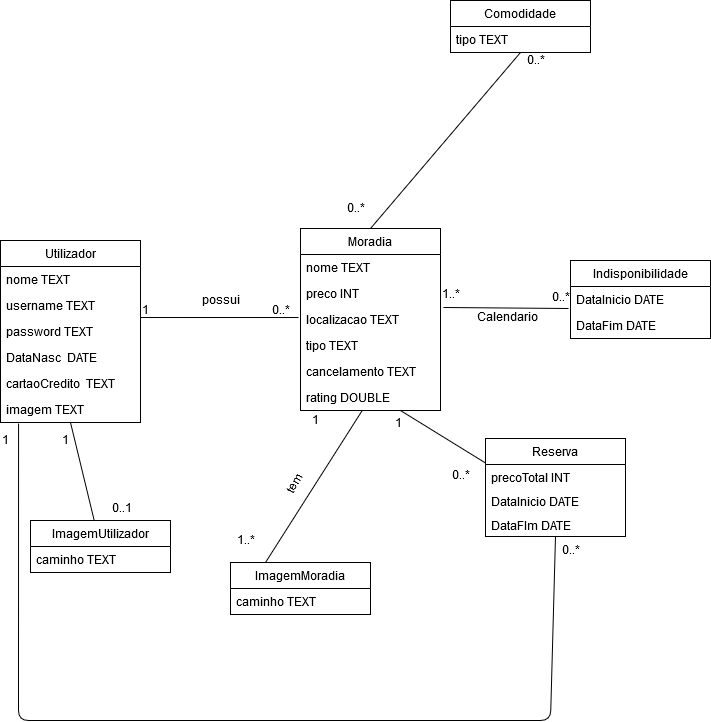
Earlier version of the draw.io export uml.png (adrianacscg/FEUP-LTW). Source tidied: cells renumbered, new cells last; positions are measured from the earlier drawing's top-left corner, leaving out a move shared by most shapes. The source it was exported from:
```xml
<mxGraphModel>
  <root>
    <mxCell id="0" />
    <mxCell id="1" parent="0" />
    <mxCell id="2" value="Utilizador" style="swimlane;fontStyle=0;horizontal=1;startSize=26;fillColor=none;" parent="1" vertex="1">
      <mxGeometry y="240" width="140" height="182" as="geometry" />
    </mxCell>
    <mxCell id="3" value="nome TEXT" style="text;strokeColor=none;fillColor=none;align=left;verticalAlign=top;spacingLeft=4;spacingRight=4;overflow=hidden;" parent="2" vertex="1">
      <mxGeometry y="26" width="140" height="26" as="geometry" />
    </mxCell>
    <mxCell id="4" value="username TEXT" style="text;strokeColor=none;fillColor=none;align=left;verticalAlign=top;spacingLeft=4;spacingRight=4;overflow=hidden;" parent="2" vertex="1">
      <mxGeometry y="52" width="140" height="26" as="geometry" />
    </mxCell>
    <mxCell id="5" value="password TEXT" style="text;strokeColor=none;fillColor=none;align=left;verticalAlign=top;spacingLeft=4;spacingRight=4;overflow=hidden;points=[[0,0.5],[1,0.5]];portConstraint=eastwest;" parent="2" vertex="1">
      <mxGeometry y="78" width="140" height="26" as="geometry" />
    </mxCell>
    <mxCell id="6" value="DataNasc  DATE" style="text;strokeColor=none;fillColor=none;align=left;verticalAlign=top;spacingLeft=4;spacingRight=4;overflow=hidden;" parent="2" vertex="1">
      <mxGeometry y="104" width="140" height="26" as="geometry" />
    </mxCell>
    <mxCell id="7" value="cartaoCredito  TEXT" style="text;strokeColor=none;fillColor=none;align=left;verticalAlign=top;spacingLeft=4;spacingRight=4;overflow=hidden;" parent="2" vertex="1">
      <mxGeometry y="130" width="140" height="26" as="geometry" />
    </mxCell>
    <mxCell id="8" value="imagem TEXT" style="text;strokeColor=none;fillColor=none;align=left;verticalAlign=top;spacingLeft=4;spacingRight=4;overflow=hidden;points=[[0,0.5],[1,0.5]];portConstraint=eastwest;" parent="2" vertex="1">
      <mxGeometry y="156" width="140" height="26" as="geometry" />
    </mxCell>
    <mxCell id="9" value="Moradia" style="swimlane;fontStyle=0;horizontal=1;startSize=26;fillColor=none;" parent="1" vertex="1">
      <mxGeometry x="300" y="228" width="140" height="182" as="geometry" />
    </mxCell>
    <mxCell id="10" value="nome TEXT" style="text;strokeColor=none;fillColor=none;align=left;verticalAlign=top;spacingLeft=4;spacingRight=4;overflow=hidden;points=[[0,0.5],[1,0.5]];portConstraint=eastwest;" parent="9" vertex="1">
      <mxGeometry y="26" width="140" height="26" as="geometry" />
    </mxCell>
    <mxCell id="11" value="preco INT" style="text;strokeColor=none;fillColor=none;align=left;verticalAlign=top;spacingLeft=4;spacingRight=4;overflow=hidden;" parent="9" vertex="1">
      <mxGeometry y="52" width="140" height="26" as="geometry" />
    </mxCell>
    <mxCell id="12" value="localizacao TEXT" style="text;strokeColor=none;fillColor=none;align=left;verticalAlign=top;spacingLeft=4;spacingRight=4;overflow=hidden;points=[[0,0.5],[1,0.5]];portConstraint=eastwest;" parent="9" vertex="1">
      <mxGeometry y="78" width="140" height="26" as="geometry" />
    </mxCell>
    <mxCell id="13" value="tipo TEXT" style="text;strokeColor=none;fillColor=none;align=left;verticalAlign=top;spacingLeft=4;spacingRight=4;overflow=hidden;" parent="9" vertex="1">
      <mxGeometry y="104" width="140" height="26" as="geometry" />
    </mxCell>
    <mxCell id="14" value="cancelamento TEXT" style="text;strokeColor=none;fillColor=none;align=left;verticalAlign=top;spacingLeft=4;spacingRight=4;overflow=hidden;" parent="9" vertex="1">
      <mxGeometry y="130" width="140" height="26" as="geometry" />
    </mxCell>
    <mxCell id="15" value="rating DOUBLE" style="text;strokeColor=none;fillColor=none;align=left;verticalAlign=top;spacingLeft=4;spacingRight=4;overflow=hidden;points=[[0,0.5],[1,0.5]];portConstraint=eastwest;" parent="9" vertex="1">
      <mxGeometry y="156" width="140" height="26" as="geometry" />
    </mxCell>
    <mxCell id="16" value="ImagemUtilizador" style="swimlane;fontStyle=0;horizontal=1;startSize=26;fillColor=none;" parent="1" vertex="1">
      <mxGeometry x="30" y="520" width="140" height="52" as="geometry" />
    </mxCell>
    <mxCell id="17" value="caminho TEXT" style="text;strokeColor=none;fillColor=none;align=left;verticalAlign=top;spacingLeft=4;spacingRight=4;overflow=hidden;" parent="16" vertex="1">
      <mxGeometry y="26" width="140" height="26" as="geometry" />
    </mxCell>
    <mxCell id="18" value="1..*" style="text;html=1;align=left;verticalAlign=top;spacingTop=-4;" parent="1" vertex="1">
      <mxGeometry x="235" y="532" width="30" height="20" as="geometry" />
    </mxCell>
    <mxCell id="19" value="1" style="text;html=1;align=left;verticalAlign=top;spacingTop=-4;" parent="1" vertex="1">
      <mxGeometry x="310" y="412" width="20" height="20" as="geometry" />
    </mxCell>
    <mxCell id="20" style="endArrow=none;html=1;exitX=1;exitY=-0.038;exitDx=0;exitDy=0;exitPerimeter=0;entryX=0.935;entryY=0.751;entryDx=0;entryDy=0;entryPerimeter=0;" parent="1" edge="1" source="5" target="22">
      <mxGeometry relative="1" as="geometry" />
    </mxCell>
    <mxCell id="21" value="possui" style="text;html=1;align=left;verticalAlign=top;spacingTop=-4;" parent="1" vertex="1">
      <mxGeometry x="200" y="292" width="50" height="20" as="geometry" />
    </mxCell>
    <mxCell id="22" value="0..*" style="text;html=1;points=[];align=left;verticalAlign=top;spacingTop=-4;" parent="1" vertex="1">
      <mxGeometry x="270" y="302" width="30" height="20" as="geometry" />
    </mxCell>
    <mxCell id="23" value="1" style="text;html=1;align=left;verticalAlign=top;spacingTop=-4;" parent="1" vertex="1">
      <mxGeometry x="140" y="302" width="20" height="20" as="geometry" />
    </mxCell>
    <mxCell id="24" value="tem" style="text;html=1;align=left;verticalAlign=top;spacingTop=-4;rotation=-60;" parent="1" vertex="1">
      <mxGeometry x="280" y="467" width="40" height="20" as="geometry" />
    </mxCell>
    <mxCell id="25" style="endArrow=none;html=1;" parent="1" edge="1" source="16">
      <mxGeometry relative="1" as="geometry">
        <mxPoint x="70" y="422" as="targetPoint" />
      </mxGeometry>
    </mxCell>
    <mxCell id="26" value="1" style="text;html=1;align=left;verticalAlign=top;spacingTop=-4;" parent="1" vertex="1">
      <mxGeometry x="60" y="432" width="20" height="20" as="geometry" />
    </mxCell>
    <mxCell id="27" value="0..1" style="text;html=1;align=left;verticalAlign=top;spacingTop=-4;" parent="1" vertex="1">
      <mxGeometry x="110" y="500" width="40" height="20" as="geometry" />
    </mxCell>
    <mxCell id="28" value="Indisponibilidade" style="swimlane;fontStyle=0;horizontal=1;startSize=26;fillColor=none;" parent="1" vertex="1">
      <mxGeometry x="570" y="260" width="140" height="78" as="geometry" />
    </mxCell>
    <mxCell id="29" value="DataInicio DATE" style="text;strokeColor=none;fillColor=none;align=left;verticalAlign=top;spacingLeft=4;spacingRight=4;overflow=hidden;points=[[0,0.5],[1,0.5]];portConstraint=eastwest;" parent="28" vertex="1">
      <mxGeometry y="26" width="140" height="26" as="geometry" />
    </mxCell>
    <mxCell id="30" value="DataFim DATE" style="text;strokeColor=none;fillColor=none;align=left;verticalAlign=top;spacingLeft=4;spacingRight=4;overflow=hidden;" parent="28" vertex="1">
      <mxGeometry y="52" width="140" height="26" as="geometry" />
    </mxCell>
    <mxCell id="31" style="endArrow=none;html=1;entryX=0;entryY=0.25;entryDx=0;entryDy=0;exitX=0.714;exitY=1;exitDx=0;exitDy=0;exitPerimeter=0;" parent="1" edge="1" source="15" target="35">
      <mxGeometry relative="1" as="geometry" />
    </mxCell>
    <mxCell id="32" value="0..*" style="text;html=1;align=left;verticalAlign=top;spacingTop=-4;" parent="1" vertex="1">
      <mxGeometry x="550" y="289" width="30" height="20" as="geometry" />
    </mxCell>
    <mxCell id="33" value="1..*" style="text;html=1;align=left;verticalAlign=top;spacingTop=-4;" parent="1" vertex="1">
      <mxGeometry x="440" y="286" width="30" height="20" as="geometry" />
    </mxCell>
    <mxCell id="34" value="Calendario" style="text;html=1;align=left;verticalAlign=top;spacingTop=-4;rotation=0;" parent="1" vertex="1">
      <mxGeometry x="475" y="309" width="80" height="20" as="geometry" />
    </mxCell>
    <mxCell id="35" value="Reserva" style="swimlane;fontStyle=0;horizontal=1;startSize=26;fillColor=none;" parent="1" vertex="1">
      <mxGeometry x="485" y="438" width="140" height="98" as="geometry" />
    </mxCell>
    <mxCell id="36" value="precoTotal INT" style="text;strokeColor=none;fillColor=none;align=left;verticalAlign=top;spacingLeft=4;spacingRight=4;overflow=hidden;" parent="35" vertex="1">
      <mxGeometry y="26" width="140" height="24" as="geometry" />
    </mxCell>
    <mxCell id="37" value="DataInicio DATE" style="text;strokeColor=none;fillColor=none;align=left;verticalAlign=top;spacingLeft=4;spacingRight=4;overflow=hidden;" parent="35" vertex="1">
      <mxGeometry y="50" width="140" height="24" as="geometry" />
    </mxCell>
    <mxCell id="38" value="DataFIm DATE" style="text;strokeColor=none;fillColor=none;align=left;verticalAlign=top;spacingLeft=4;spacingRight=4;overflow=hidden;" parent="35" vertex="1">
      <mxGeometry y="74" width="140" height="24" as="geometry" />
    </mxCell>
    <mxCell id="39" style="endArrow=none;html=1;exitX=-0.014;exitY=0.846;exitDx=0;exitDy=0;exitPerimeter=0;entryX=1.021;entryY=0.038;entryDx=0;entryDy=0;entryPerimeter=0;" parent="1" edge="1" source="29" target="12">
      <mxGeometry relative="1" as="geometry" />
    </mxCell>
    <mxCell id="40" style="endArrow=none;html=1;entryX=0.129;entryY=1.038;entryDx=0;entryDy=0;entryPerimeter=0;exitX=0.5;exitY=1;exitDx=0;exitDy=0;" parent="1" edge="1" source="35" target="8">
      <mxGeometry relative="1" as="geometry">
        <Array as="points">
          <mxPoint x="550" y="720" />
          <mxPoint x="18" y="720" />
        </Array>
      </mxGeometry>
    </mxCell>
    <mxCell id="41" value="Comodidade" style="swimlane;fontStyle=0;horizontal=1;startSize=26;fillColor=none;" parent="1" vertex="1">
      <mxGeometry x="450" width="140" height="52" as="geometry" />
    </mxCell>
    <mxCell id="42" value="tipo TEXT" style="text;strokeColor=none;fillColor=none;align=left;verticalAlign=top;spacingLeft=4;spacingRight=4;overflow=hidden;" parent="41" vertex="1">
      <mxGeometry y="26" width="140" height="26" as="geometry" />
    </mxCell>
    <mxCell id="43" style="endArrow=none;html=1;entryX=0.5;entryY=1;entryDx=0;entryDy=0;exitX=0.5;exitY=0;exitDx=0;exitDy=0;" parent="1" edge="1" source="9" target="41">
      <mxGeometry relative="1" as="geometry" />
    </mxCell>
    <mxCell id="44" value="0..*" style="text;html=1;align=left;verticalAlign=top;spacingTop=-4;" parent="1" vertex="1">
      <mxGeometry x="525" y="52" width="30" height="20" as="geometry" />
    </mxCell>
    <mxCell id="45" value="0..*" style="text;html=1;align=left;verticalAlign=top;spacingTop=-4;" parent="1" vertex="1">
      <mxGeometry x="345" y="200" width="30" height="20" as="geometry" />
    </mxCell>
    <mxCell id="46" value="0..*" style="text;html=1;align=left;verticalAlign=top;spacingTop=-4;" parent="1" vertex="1">
      <mxGeometry x="450" y="467" width="30" height="20" as="geometry" />
    </mxCell>
    <mxCell id="47" value="&lt;div&gt;1&lt;/div&gt;&lt;div&gt;&lt;br&gt;&lt;/div&gt;" style="text;html=1;align=left;verticalAlign=top;spacingTop=-4;" parent="1" vertex="1">
      <mxGeometry x="393" y="415" width="20" height="30" as="geometry" />
    </mxCell>
    <mxCell id="48" value="0..*" style="text;html=1;align=left;verticalAlign=top;spacingTop=-4;" parent="1" vertex="1">
      <mxGeometry x="560" y="542" width="30" height="20" as="geometry" />
    </mxCell>
    <mxCell id="49" value="1" style="text;html=1;align=left;verticalAlign=top;spacingTop=-4;" parent="1" vertex="1">
      <mxGeometry y="432" width="20" height="20" as="geometry" />
    </mxCell>
    <mxCell id="50" value="ImagemMoradia" style="swimlane;fontStyle=0;horizontal=1;startSize=26;fillColor=none;" parent="1" vertex="1">
      <mxGeometry x="230" y="562" width="140" height="52" as="geometry" />
    </mxCell>
    <mxCell id="51" value="caminho TEXT" style="text;strokeColor=none;fillColor=none;align=left;verticalAlign=top;spacingLeft=4;spacingRight=4;overflow=hidden;" parent="50" vertex="1">
      <mxGeometry y="26" width="140" height="26" as="geometry" />
    </mxCell>
    <mxCell id="52" style="endArrow=none;html=1;exitX=0.25;exitY=0;exitDx=0;exitDy=0;" parent="1" edge="1" source="50" target="15">
      <mxGeometry relative="1" as="geometry" />
    </mxCell>
  </root>
</mxGraphModel>
```
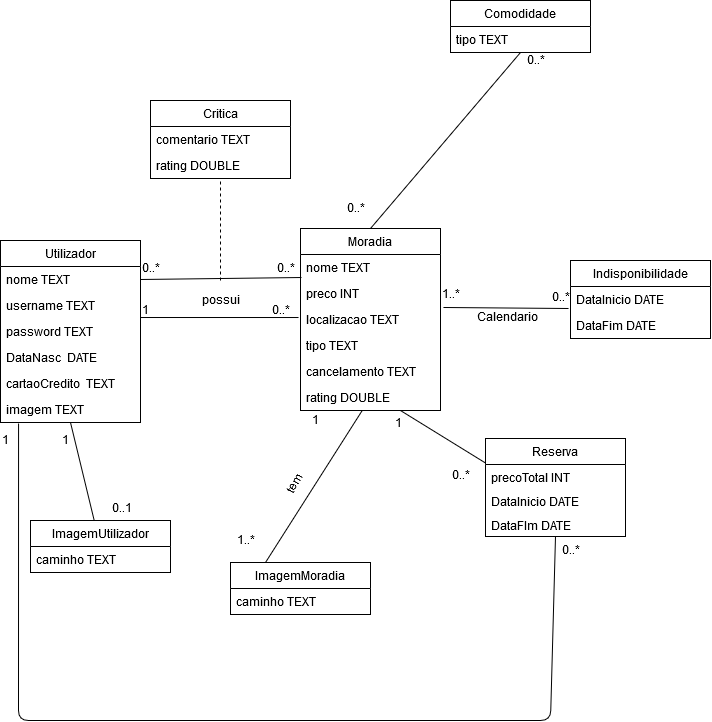
The same diagram one commit later.

What changed in the source:
```diff
@@ -162,5 +162,30 @@
     <mxCell id="52" style="endArrow=none;html=1;exitX=0.25;exitY=0;exitDx=0;exitDy=0;" parent="1" edge="1" source="50" target="15">
       <mxGeometry relative="1" as="geometry" />
     </mxCell>
+    <mxCell id="53" style="endArrow=none;html=1;entryX=0.007;entryY=0.885;entryDx=0;entryDy=0;entryPerimeter=0;" parent="1" edge="1" target="10">
+      <mxGeometry relative="1" as="geometry">
+        <mxPoint x="140" y="279" as="sourcePoint" />
+      </mxGeometry>
+    </mxCell>
+    <mxCell id="54" style="endArrow=none;dashed=1;html=1;" parent="1" edge="1" target="55">
+      <mxGeometry relative="1" as="geometry">
+        <mxPoint x="220" y="280" as="sourcePoint" />
+      </mxGeometry>
+    </mxCell>
+    <mxCell id="55" value="Critica" style="swimlane;fontStyle=0;horizontal=1;startSize=26;fillColor=none;" parent="1" vertex="1">
+      <mxGeometry x="150" y="100" width="140" height="78" as="geometry" />
+    </mxCell>
+    <mxCell id="56" value="comentario TEXT" style="text;strokeColor=none;fillColor=none;align=left;verticalAlign=top;spacingLeft=4;spacingRight=4;overflow=hidden;" parent="55" vertex="1">
+      <mxGeometry y="26" width="140" height="26" as="geometry" />
+    </mxCell>
+    <mxCell id="57" value="rating DOUBLE" style="text;strokeColor=none;fillColor=none;align=left;verticalAlign=top;spacingLeft=4;spacingRight=4;overflow=hidden;" parent="55" vertex="1">
+      <mxGeometry y="52" width="140" height="26" as="geometry" />
+    </mxCell>
+    <mxCell id="58" value="0..*" style="text;html=1;align=left;verticalAlign=top;spacingTop=-4;" parent="1" vertex="1">
+      <mxGeometry x="275" y="260" width="30" height="20" as="geometry" />
+    </mxCell>
+    <mxCell id="59" value="0..*" style="text;html=1;align=left;verticalAlign=top;spacingTop=-4;" parent="1" vertex="1">
+      <mxGeometry x="140" y="260" width="30" height="20" as="geometry" />
+    </mxCell>
   </root>
 </mxGraphModel>
```
